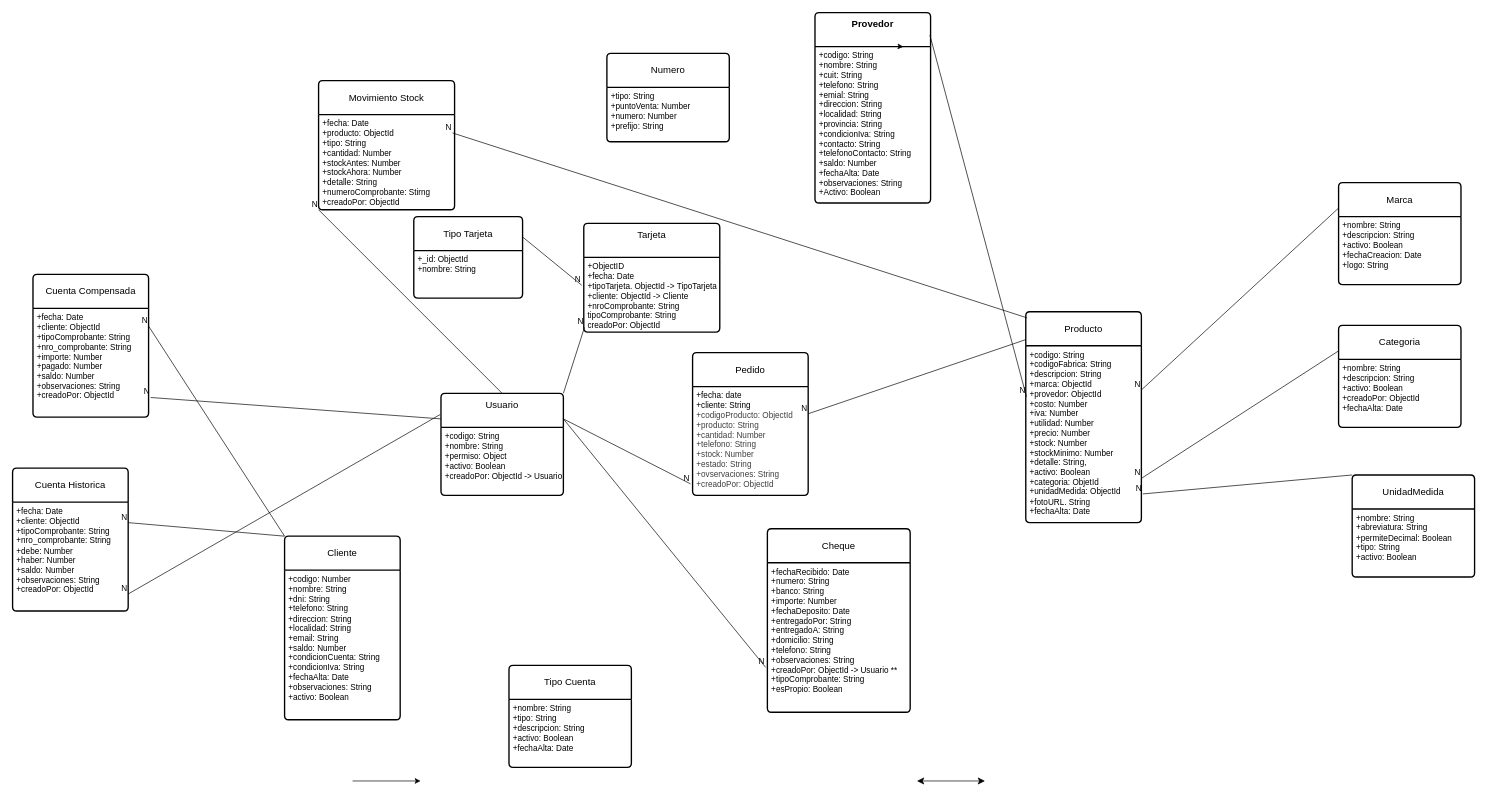
The draw.io diagram servidor/relacion/database.drawio in Pelusasasasa/comercio, before the edit. Source tidied: cells renumbered, new cells numbered last; positions are measured from the earlier drawing's top-left corner, leaving out a move shared by most shapes. Both pictures are drawn from the tidied source at 68%, with x=0, y=0 at pixel (12, 12).
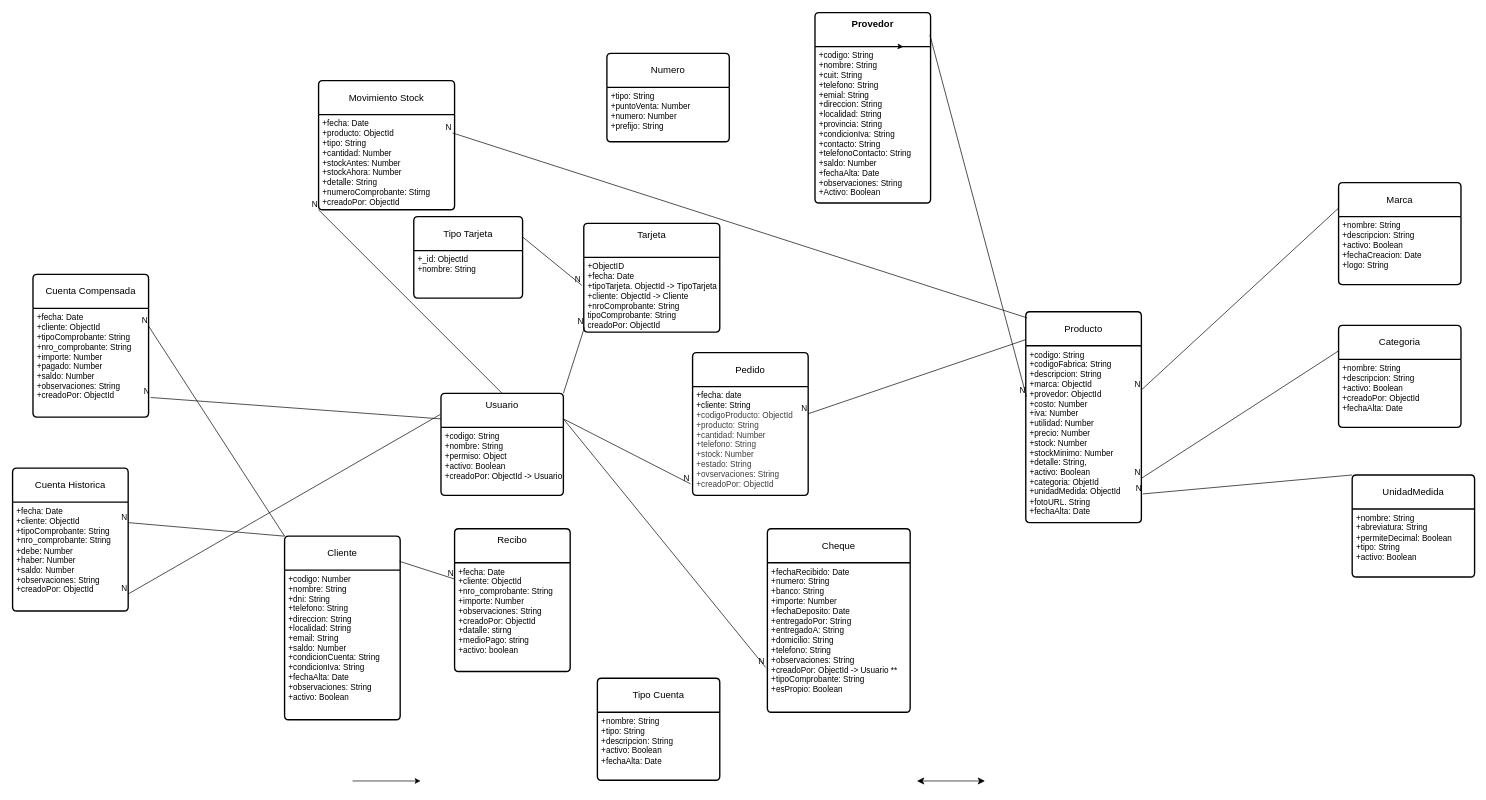
After the change.

Commit message (it also covers changes not shown here):
Haciendo el store y el modelo de recibo en el back end tambien

Unchanged cells that the change refers to:
```xml
<mxCell id="54" value="&lt;div&gt;Cliente&lt;/div&gt;" style="swimlane;horizontal=1;startSize=50;rounded=1;fontSize=14;fontStyle=0;strokeWidth=2;shadow=0;dashed=0;align=center;arcSize=4;whiteSpace=wrap;html=1;" parent="1" vertex="1">
  <mxGeometry x="400" y="770" width="170" height="270" as="geometry" />
</mxCell>
```

The edit, as a diff of the source:
```diff
@@
     <mxCell id="16" value="&lt;div&gt;Tipo Cuenta&lt;/div&gt;" style="swimlane;horizontal=1;startSize=50;rounded=1;fontSize=14;fontStyle=0;strokeWidth=2;shadow=0;dashed=0;align=center;arcSize=4;whiteSpace=wrap;html=1;" parent="1" vertex="1">
-      <mxGeometry x="730" y="960" width="180" height="150" as="geometry" />
+      <mxGeometry x="860" y="979" width="180" height="150" as="geometry" />
     </mxCell>
@@
+    <mxCell id="68" value="Recibo&lt;div&gt;&lt;br&gt;&lt;/div&gt;" style="swimlane;horizontal=1;startSize=50;rounded=1;fontSize=14;fontStyle=0;strokeWidth=2;shadow=0;dashed=0;align=center;arcSize=4;whiteSpace=wrap;html=1;" parent="1" vertex="1">
+      <mxGeometry x="650" y="759" width="170" height="210" as="geometry" />
+    </mxCell>
+    <mxCell id="69" value="+fecha: Date&lt;div&gt;+cliente: ObjectId&lt;/div&gt;&lt;div&gt;+nro_comprobante: String&lt;/div&gt;&lt;div&gt;+importe: Number&lt;/div&gt;&lt;div&gt;+observaciones: String&lt;/div&gt;&lt;div&gt;+creadoPor: ObjectId&lt;/div&gt;&lt;div&gt;+datalle: stirng&lt;/div&gt;&lt;div&gt;+medioPago: string&lt;/div&gt;&lt;div&gt;+activo: boolean&lt;/div&gt;" style="align=left;strokeColor=none;fillColor=none;spacingLeft=4;fontSize=12;verticalAlign=top;html=1;" parent="68" vertex="1">
+      <mxGeometry y="50" width="170" height="160" as="geometry" />
+    </mxCell>
+    <mxCell id="70" style="endArrow=none;html=1;rounded=0;entryX=0;entryY=0.15;entryDx=0;entryDy=0;entryPerimeter=0;exitX=0.994;exitY=0.137;exitDx=0;exitDy=0;exitPerimeter=0;" parent="1" edge="1" source="54" target="69">
+      <mxGeometry relative="1" as="geometry" />
+    </mxCell>
+    <mxCell id="71" value="N" style="html=1;whiteSpace=wrap;align=right;verticalAlign=bottom;" parent="70" vertex="1">
+      <mxGeometry x="1" relative="1" as="geometry" />
+    </mxCell>
```
